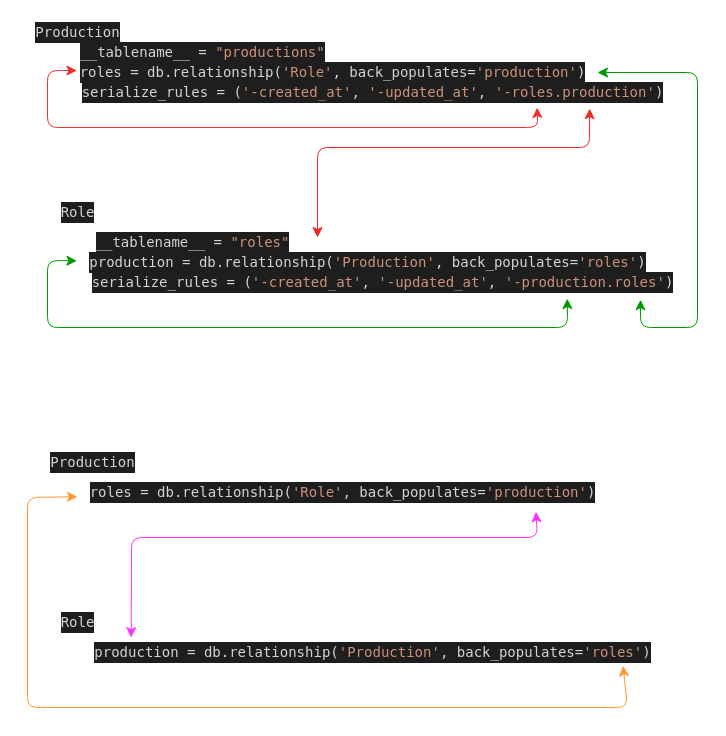
Earlier version of the draw.io diagram page "Page-1" (1 of 2) of theater_demo/server/serializers-backpopulates.drawio (rachelAtFlatiron/EAST-SE-041023-Phase-4-Flask). Source tidied: cells renumbered, new cells numbered last; positions are measured from the earlier drawing's top-left corner, leaving out a move shared by most shapes. Both pictures are drawn from the tidied source at 100%, with x=0, y=0 at pixel (22, 17).
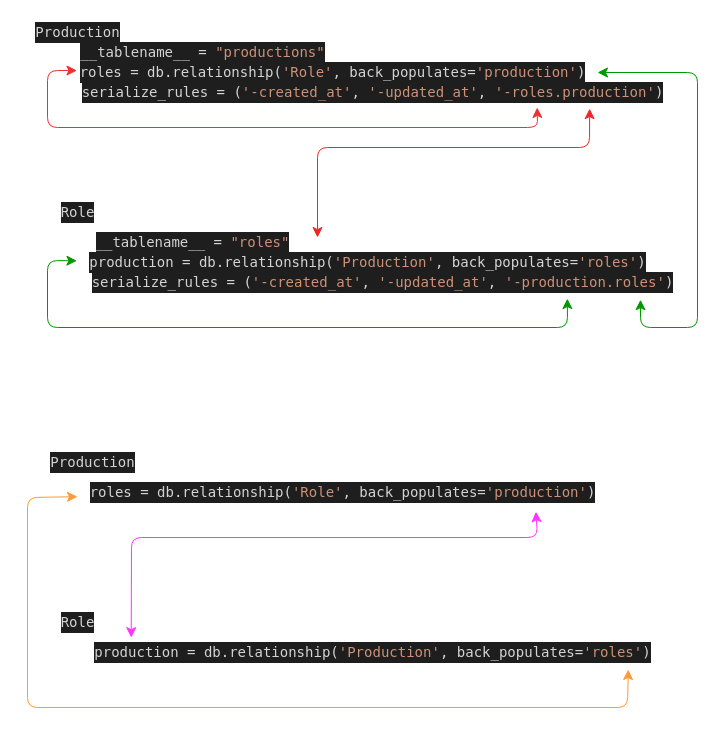
Above is the later version.

The change refers to these unchanged cells:
```xml
<mxCell id="16" value="&lt;div style=&quot;color: rgb(212, 212, 212); background-color: rgb(30, 30, 30); font-family: Menlo, Monaco, &amp;quot;Courier New&amp;quot;, monospace; font-size: 14px; line-height: 21px;&quot;&gt;roles = db.relationship(&lt;span style=&quot;color: #ce9178;&quot;&gt;'Role'&lt;/span&gt;, back_populates=&lt;span style=&quot;color: #ce9178;&quot;&gt;'production'&lt;/span&gt;)&lt;/div&gt;" style="text;html=1;align=center;verticalAlign=middle;points=[];strokeColor=none;fillColor=none;" parent="1" vertex="1">
  <mxGeometry x="55" y="460" width="530" height="30" as="geometry" />
</mxCell>
<mxCell id="17" value="&lt;div style=&quot;color: rgb(212, 212, 212); background-color: rgb(30, 30, 30); font-family: Menlo, Monaco, &amp;quot;Courier New&amp;quot;, monospace; font-size: 14px; line-height: 21px;&quot;&gt;&lt;div&gt;    production = db.relationship(&lt;span style=&quot;color: #ce9178;&quot;&gt;'Production'&lt;/span&gt;, back_populates=&lt;span style=&quot;color: #ce9178;&quot;&gt;'roles'&lt;/span&gt;)&lt;/div&gt;&lt;/div&gt;" style="text;html=1;align=center;verticalAlign=middle;points=[];strokeColor=none;fillColor=none;" parent="1" vertex="1">
  <mxGeometry x="60" y="620" width="580" height="30" as="geometry" />
</mxCell>
```

Change to the diagram source:
```diff
@@
-    <mxCell id="19" style="edgeStyle=none;jettySize=auto;html=1;endArrow=classic;startArrow=classic;endSize=8;startSize=8;strokeColor=#FF9933;fillColor=#1D0707;exitX=0.932;exitY=0.945;exitDx=0;exitDy=0;exitPerimeter=0;" parent="1" edge="1" source="17" target="16">
+    <mxCell id="19" style="edgeStyle=none;jettySize=auto;html=1;endArrow=classic;startArrow=classic;endSize=8;startSize=8;strokeColor=#FF9933;fillColor=#1D0707;exitX=0.941;exitY=1.067;exitDx=0;exitDy=0;exitPerimeter=0;" parent="1" edge="1" source="17" target="16">
       <mxGeometry relative="1" as="geometry">
         <Array as="points">
           <mxPoint x="605" y="690" />
           <mxPoint x="5" y="690" />
           <mxPoint x="5" y="480" />
         </Array>
       </mxGeometry>
     </mxCell>
```
